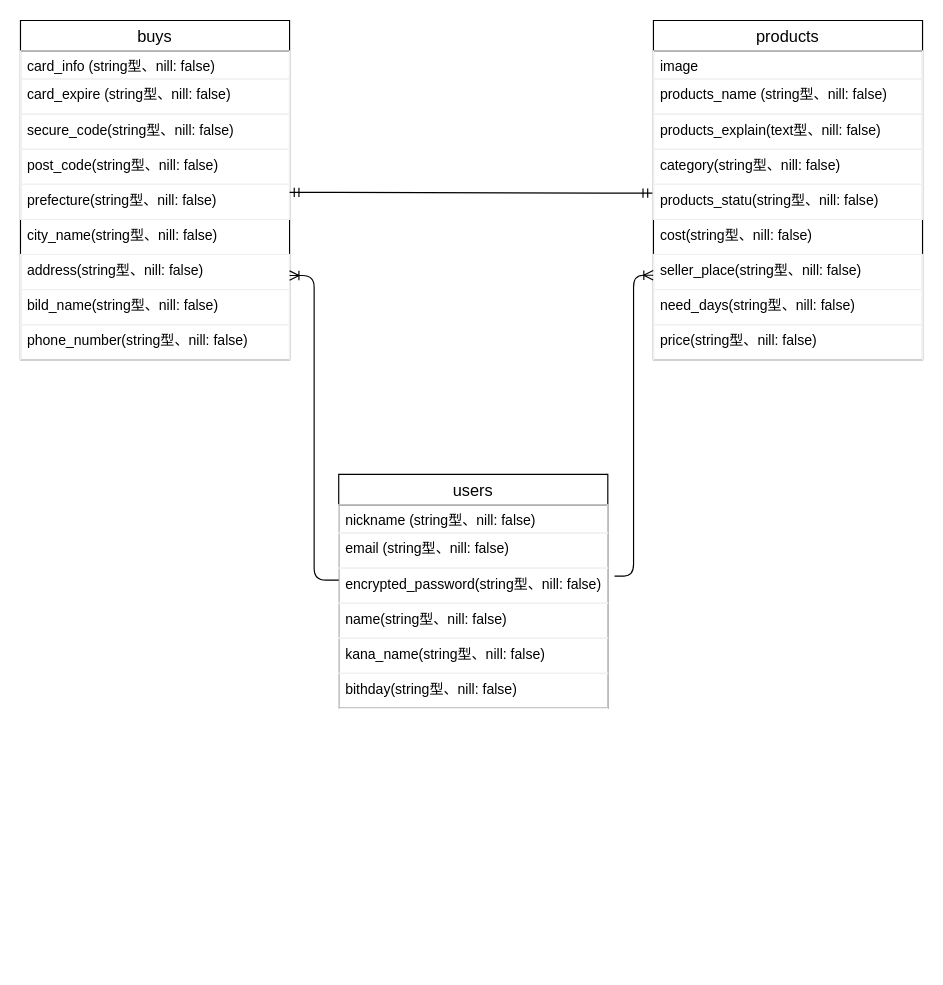
Above: test.dio in shb1204st/furima-36208 (draw.io), before the change. Source tidied: cells renumbered, new cells numbered last; positions are measured from the earlier drawing's top-left corner, leaving out a move shared by most shapes. Both pictures are drawn from the tidied source at 117%, with x=0, y=0 at pixel (20, 20).
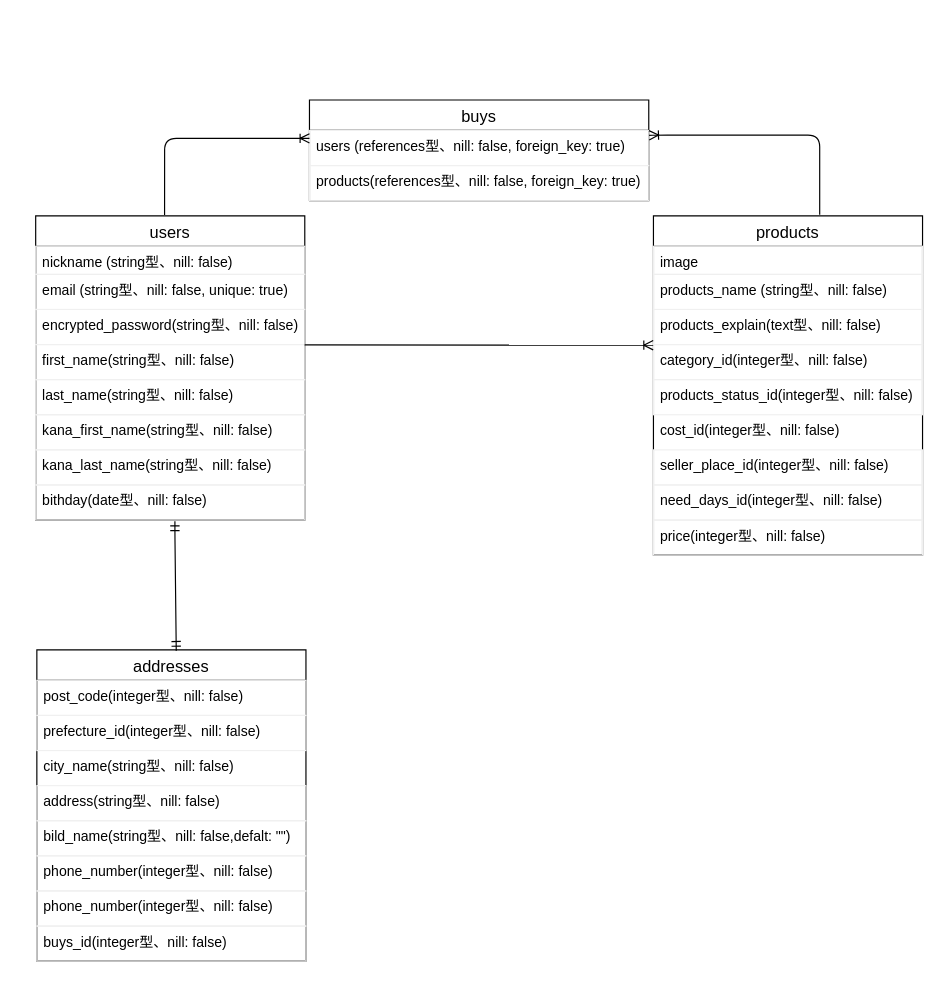
Above is the later version.

Unchanged cells that the change refers to:
```xml
<mxCell id="5" value="encrypted_password(string型、nill: false)" style="text;fillColor=none;spacingLeft=4;spacingRight=4;overflow=hidden;points=[[0,0.5],[1,0.5]];portConstraint=eastwest;fontSize=12;strokeColor=#f0f0f0;" parent="2" vertex="1">
  <mxGeometry y="80" width="230" height="30" as="geometry" />
</mxCell>
```

Change to the diagram source:
```diff
@@
     <mxCell id="2" value="users" style="swimlane;fontStyle=0;horizontal=1;startSize=26;align=center;fontSize=14;" parent="1" vertex="1">
-      <mxGeometry x="272" y="388" width="230" height="200" as="geometry" />
+      <mxGeometry x="13" y="167" width="230" height="260" as="geometry" />
     </mxCell>
@@
-    <mxCell id="4" value="email (string型、nill: false)" style="text;fillColor=none;spacingLeft=4;spacingRight=4;overflow=hidden;fontSize=12;strokeColor=#f0f0f0;" parent="2" vertex="1">
+    <mxCell id="4" value="email (string型、nill: false, unique: true)" style="text;fillColor=none;spacingLeft=4;spacingRight=4;overflow=hidden;fontSize=12;strokeColor=#f0f0f0;" parent="2" vertex="1">
       <mxGeometry y="50" width="230" height="30" as="geometry" />
     </mxCell>
@@
-    <mxCell id="6" value="name(string型、nill: false)" style="text;fillColor=none;spacingLeft=4;spacingRight=4;overflow=hidden;points=[[0,0.5],[1,0.5]];portConstraint=eastwest;fontSize=12;strokeColor=#f0f0f0;" parent="2" vertex="1">
+    <mxCell id="6" value="first_name(string型、nill: false)" style="text;fillColor=none;spacingLeft=4;spacingRight=4;overflow=hidden;points=[[0,0.5],[1,0.5]];portConstraint=eastwest;fontSize=12;strokeColor=#f0f0f0;" parent="2" vertex="1">
       <mxGeometry y="110" width="230" height="30" as="geometry" />
     </mxCell>
+    <mxCell id="33" value="last_name(string型、nill: false)" style="text;fillColor=none;spacingLeft=4;spacingRight=4;overflow=hidden;fontSize=12;strokeColor=#f0f0f0;" parent="2" vertex="1">
+      <mxGeometry y="140" width="230" height="30" as="geometry" />
+    </mxCell>
+    <mxCell id="34" value="kana_first_name(string型、nill: false)" style="text;fillColor=none;spacingLeft=4;spacingRight=4;overflow=hidden;fontSize=12;strokeColor=#f0f0f0;" parent="2" vertex="1">
+      <mxGeometry y="170" width="230" height="30" as="geometry" />
+    </mxCell>
-    <mxCell id="7" value="kana_name(string型、nill: false)" style="text;fillColor=none;spacingLeft=4;spacingRight=4;overflow=hidden;fontSize=12;strokeColor=#f0f0f0;" parent="2" vertex="1">
-      <mxGeometry y="140" width="230" height="30" as="geometry" />
+    <mxCell id="7" value="kana_last_name(string型、nill: false)" style="text;fillColor=none;spacingLeft=4;spacingRight=4;overflow=hidden;fontSize=12;strokeColor=#f0f0f0;" parent="2" vertex="1">
+      <mxGeometry y="200" width="230" height="30" as="geometry" />
     </mxCell>
-    <mxCell id="8" value="bithday(string型、nill: false)" style="text;fillColor=none;spacingLeft=4;spacingRight=4;overflow=hidden;fontSize=12;strokeColor=#f0f0f0;" parent="2" vertex="1">
-      <mxGeometry y="170" width="230" height="30" as="geometry" />
+    <mxCell id="8" value="bithday(date型、nill: false)" style="text;fillColor=none;spacingLeft=4;spacingRight=4;overflow=hidden;fontSize=12;strokeColor=#f0f0f0;" parent="2" vertex="1">
+      <mxGeometry y="230" width="230" height="30" as="geometry" />
     </mxCell>
     <mxCell id="9" value="buys" style="swimlane;fontStyle=0;horizontal=1;startSize=26;align=center;fontSize=14;" parent="1" vertex="1">
-      <mxGeometry width="230" height="290" as="geometry" />
+      <mxGeometry x="247" y="68" width="290" height="86" as="geometry" />
     </mxCell>
-    <mxCell id="10" value="card_info (string型、nill: false)" style="text;spacingLeft=4;spacingRight=4;overflow=hidden;fontSize=12;strokeColor=#f0f0f0;html=1;" parent="9" vertex="1">
-      <mxGeometry y="26" width="230" height="24" as="geometry" />
-    </mxCell>
-    <mxCell id="11" value="card_expire (string型、nill: false)" style="text;fillColor=none;spacingLeft=4;spacingRight=4;overflow=hidden;fontSize=12;strokeColor=#f0f0f0;" parent="9" vertex="1">
-      <mxGeometry y="50" width="230" height="30" as="geometry" />
-    </mxCell>
-    <mxCell id="12" value="secure_code(string型、nill: false)" style="text;fillColor=none;spacingLeft=4;spacingRight=4;overflow=hidden;fontSize=12;strokeColor=#f0f0f0;" parent="9" vertex="1">
-      <mxGeometry y="80" width="230" height="30" as="geometry" />
-    </mxCell>
-    <mxCell id="13" value="post_code(string型、nill: false)" style="text;fillColor=none;spacingLeft=4;spacingRight=4;overflow=hidden;fontSize=12;strokeColor=#f0f0f0;" parent="9" vertex="1">
-      <mxGeometry y="110" width="230" height="30" as="geometry" />
-    </mxCell>
-    <mxCell id="14" value="prefecture(string型、nill: false)" style="text;fillColor=none;spacingLeft=4;spacingRight=4;overflow=hidden;points=[[0,0.5],[1,0.5]];portConstraint=eastwest;fontSize=12;strokeColor=#f0f0f0;" parent="9" vertex="1">
-      <mxGeometry y="140" width="230" height="30" as="geometry" />
-    </mxCell>
-    <mxCell id="15" value="city_name(string型、nill: false)" style="text;strokeColor=none;fillColor=none;spacingLeft=4;spacingRight=4;overflow=hidden;fontSize=12;" parent="9" vertex="1">
-      <mxGeometry y="170" width="230" height="30" as="geometry" />
-    </mxCell>
-    <mxCell id="16" value="address(string型、nill: false)" style="text;fillColor=none;spacingLeft=4;spacingRight=4;overflow=hidden;points=[[0,0.5],[1,0.5]];portConstraint=eastwest;fontSize=12;strokeColor=#f0f0f0;" parent="9" vertex="1">
-      <mxGeometry y="200" width="230" height="30" as="geometry" />
-    </mxCell>
-    <mxCell id="17" value="bild_name(string型、nill: false)" style="text;fillColor=none;spacingLeft=4;spacingRight=4;overflow=hidden;points=[[0,0.5],[1,0.5]];portConstraint=eastwest;fontSize=12;strokeColor=#f0f0f0;" parent="9" vertex="1">
-      <mxGeometry y="230" width="230" height="30" as="geometry" />
+    <mxCell id="17" value="users (references型、nill: false, foreign_key: true)" style="text;fillColor=none;spacingLeft=4;spacingRight=4;overflow=hidden;points=[[0,0.5],[1,0.5]];portConstraint=eastwest;fontSize=12;strokeColor=#f0f0f0;" parent="9" vertex="1">
+      <mxGeometry y="26" width="290" height="30" as="geometry" />
     </mxCell>
-    <mxCell id="18" value="phone_number(string型、nill: false)" style="text;fillColor=none;spacingLeft=4;spacingRight=4;overflow=hidden;fontSize=12;strokeColor=#f0f0f0;" parent="9" vertex="1">
-      <mxGeometry y="260" width="230" height="30" as="geometry" />
+    <mxCell id="18" value="products(references型、nill: false, foreign_key: true)" style="text;fillColor=none;spacingLeft=4;spacingRight=4;overflow=hidden;fontSize=12;strokeColor=#f0f0f0;" parent="9" vertex="1">
+      <mxGeometry y="56" width="290" height="30" as="geometry" />
     </mxCell>
-    <mxCell id="19" style="edgeStyle=elbowEdgeStyle;rounded=0;orthogonalLoop=1;jettySize=auto;html=1;entryX=1.002;entryY=0.497;entryDx=0;entryDy=0;entryPerimeter=0;" parent="9" edge="1" source="16" target="16">
-      <mxGeometry relative="1" as="geometry" />
+    <mxCell id="19" style="edgeStyle=elbowEdgeStyle;rounded=0;orthogonalLoop=1;jettySize=auto;html=1;entryX=1.002;entryY=0.497;entryDx=0;entryDy=0;entryPerimeter=0;" parent="9" edge="1">
+      <mxGeometry relative="1" as="geometry">
+        <mxPoint x="230" y="40.9" as="sourcePoint" />
+        <mxPoint x="230.5" y="40.9" as="targetPoint" />
+      </mxGeometry>
     </mxCell>
+    <mxCell id="35" style="edgeStyle=orthogonalEdgeStyle;rounded=0;orthogonalLoop=1;jettySize=auto;html=1;exitX=1;exitY=0.5;exitDx=0;exitDy=0;" parent="9" edge="1" source="17" target="17">
+      <mxGeometry relative="1" as="geometry" />
+    </mxCell>
     <mxCell id="20" value="products" style="swimlane;fontStyle=0;horizontal=1;startSize=26;align=center;fontSize=14;" parent="1" vertex="1">
-      <mxGeometry x="541" width="230" height="290" as="geometry" />
+      <mxGeometry x="541" y="167" width="230" height="290" as="geometry" />
     </mxCell>
@@
-    <mxCell id="24" value="category(string型、nill: false)" style="text;fillColor=none;spacingLeft=4;spacingRight=4;overflow=hidden;points=[[0,0.5],[1,0.5]];portConstraint=eastwest;fontSize=12;strokeColor=#f0f0f0;" parent="20" vertex="1">
+    <mxCell id="24" value="category_id(integer型、nill: false)" style="text;fillColor=none;spacingLeft=4;spacingRight=4;overflow=hidden;points=[[0,0.5],[1,0.5]];portConstraint=eastwest;fontSize=12;strokeColor=#f0f0f0;" parent="20" vertex="1">
       <mxGeometry y="110" width="230" height="30" as="geometry" />
     </mxCell>
-    <mxCell id="25" value="products_statu(string型、nill: false)" style="text;fillColor=none;spacingLeft=4;spacingRight=4;overflow=hidden;points=[[0,0.5],[1,0.5]];portConstraint=eastwest;fontSize=12;strokeColor=#f0f0f0;" parent="20" vertex="1">
+    <mxCell id="25" value="products_status_id(integer型、nill: false)" style="text;fillColor=none;spacingLeft=4;spacingRight=4;overflow=hidden;points=[[0,0.5],[1,0.5]];portConstraint=eastwest;fontSize=12;strokeColor=#f0f0f0;" parent="20" vertex="1">
       <mxGeometry y="140" width="230" height="30" as="geometry" />
     </mxCell>
-    <mxCell id="26" value="cost(string型、nill: false)" style="text;strokeColor=none;fillColor=none;spacingLeft=4;spacingRight=4;overflow=hidden;fontSize=12;" parent="20" vertex="1">
+    <mxCell id="26" value="cost_id(integer型、nill: false)" style="text;strokeColor=none;fillColor=none;spacingLeft=4;spacingRight=4;overflow=hidden;fontSize=12;" parent="20" vertex="1">
       <mxGeometry y="170" width="230" height="30" as="geometry" />
     </mxCell>
-    <mxCell id="27" value="seller_place(string型、nill: false)" style="text;fillColor=none;spacingLeft=4;spacingRight=4;overflow=hidden;points=[[0,0.5],[1,0.5]];portConstraint=eastwest;fontSize=12;strokeColor=#f0f0f0;" parent="20" vertex="1">
+    <mxCell id="27" value="seller_place_id(integer型、nill: false)" style="text;fillColor=none;spacingLeft=4;spacingRight=4;overflow=hidden;points=[[0,0.5],[1,0.5]];portConstraint=eastwest;fontSize=12;strokeColor=#f0f0f0;" parent="20" vertex="1">
       <mxGeometry y="200" width="230" height="30" as="geometry" />
     </mxCell>
-    <mxCell id="28" value="need_days(string型、nill: false)" style="text;fillColor=none;spacingLeft=4;spacingRight=4;overflow=hidden;fontSize=12;strokeColor=#f0f0f0;" parent="20" vertex="1">
+    <mxCell id="28" value="need_days_id(integer型、nill: false)" style="text;fillColor=none;spacingLeft=4;spacingRight=4;overflow=hidden;fontSize=12;strokeColor=#f0f0f0;" parent="20" vertex="1">
       <mxGeometry y="230" width="230" height="30" as="geometry" />
     </mxCell>
-    <mxCell id="29" value="price(string型、nill: false)" style="text;fillColor=none;spacingLeft=4;spacingRight=4;overflow=hidden;fontSize=12;strokeColor=#f0f0f0;" parent="20" vertex="1">
+    <mxCell id="29" value="price(integer型、nill: false)" style="text;fillColor=none;spacingLeft=4;spacingRight=4;overflow=hidden;fontSize=12;strokeColor=#f0f0f0;" parent="20" vertex="1">
       <mxGeometry y="260" width="230" height="30" as="geometry" />
     </mxCell>
-    <mxCell id="30" style="edgeStyle=entityRelationEdgeStyle;fontSize=12;html=1;endArrow=ERmandOne;startArrow=ERmandOne;entryX=-0.004;entryY=0.252;entryDx=0;entryDy=0;entryPerimeter=0;exitX=1;exitY=0.232;exitDx=0;exitDy=0;exitPerimeter=0;" parent="1" edge="1" source="14" target="25">
-      <mxGeometry relative="1" as="geometry" />
-    </mxCell>
-    <mxCell id="31" style="edgeStyle=elbowEdgeStyle;fontSize=12;html=1;endArrow=ERoneToMany;exitX=0;exitY=0.346;exitDx=0;exitDy=0;exitPerimeter=0;entryX=1;entryY=0.6;entryDx=0;entryDy=0;entryPerimeter=0;" parent="1" edge="1" source="5" target="16">
-      <mxGeometry relative="1" as="geometry" />
-    </mxCell>
-    <mxCell id="32" style="edgeStyle=elbowEdgeStyle;fontSize=12;html=1;endArrow=ERoneToMany;exitX=1.025;exitY=0.229;exitDx=0;exitDy=0;exitPerimeter=0;entryX=-0.001;entryY=0.591;entryDx=0;entryDy=0;entryPerimeter=0;" parent="1" edge="1" source="5" target="27">
-      <mxGeometry relative="1" as="geometry" />
-    </mxCell>
+    <mxCell id="36" value="addresses" style="swimlane;fontStyle=0;horizontal=1;startSize=26;align=center;fontSize=14;" parent="1" vertex="1">
+      <mxGeometry x="14" y="538" width="230" height="266" as="geometry" />
+    </mxCell>
+    <mxCell id="37" value="post_code(integer型、nill: false)" style="text;fillColor=none;spacingLeft=4;spacingRight=4;overflow=hidden;fontSize=12;strokeColor=#f0f0f0;" parent="36" vertex="1">
+      <mxGeometry y="26" width="230" height="30" as="geometry" />
+    </mxCell>
+    <mxCell id="38" value="prefecture_id(integer型、nill: false)" style="text;fillColor=none;spacingLeft=4;spacingRight=4;overflow=hidden;fontSize=12;strokeColor=#f0f0f0;" parent="36" vertex="1">
+      <mxGeometry y="56" width="230" height="30" as="geometry" />
+    </mxCell>
+    <mxCell id="15" value="city_name(string型、nill: false)" style="text;strokeColor=none;fillColor=none;spacingLeft=4;spacingRight=4;overflow=hidden;fontSize=12;" parent="36" vertex="1">
+      <mxGeometry y="86" width="230" height="30" as="geometry" />
+    </mxCell>
+    <mxCell id="16" value="address(string型、nill: false)" style="text;fillColor=none;spacingLeft=4;spacingRight=4;overflow=hidden;points=[[0,0.5],[1,0.5]];portConstraint=eastwest;fontSize=12;strokeColor=#f0f0f0;" parent="36" vertex="1">
+      <mxGeometry y="116" width="230" height="30" as="geometry" />
+    </mxCell>
+    <mxCell id="39" value="bild_name(string型、nill: false,defalt: &quot;&quot;)" style="text;fillColor=none;spacingLeft=4;spacingRight=4;overflow=hidden;fontSize=12;strokeColor=#f0f0f0;" parent="36" vertex="1">
+      <mxGeometry y="146" width="230" height="30" as="geometry" />
+    </mxCell>
+    <mxCell id="40" value="phone_number(integer型、nill: false)" style="text;fillColor=none;spacingLeft=4;spacingRight=4;overflow=hidden;fontSize=12;strokeColor=#f0f0f0;" parent="36" vertex="1">
+      <mxGeometry y="176" width="230" height="30" as="geometry" />
+    </mxCell>
+    <mxCell id="41" style="edgeStyle=elbowEdgeStyle;rounded=0;orthogonalLoop=1;jettySize=auto;html=1;entryX=1.002;entryY=0.497;entryDx=0;entryDy=0;entryPerimeter=0;" parent="36" edge="1" source="16" target="16">
+      <mxGeometry relative="1" as="geometry" />
+    </mxCell>
+    <mxCell id="42" value="phone_number(integer型、nill: false)" style="text;fillColor=none;spacingLeft=4;spacingRight=4;overflow=hidden;fontSize=12;strokeColor=#f0f0f0;" parent="36" vertex="1">
+      <mxGeometry y="206" width="230" height="30" as="geometry" />
+    </mxCell>
+    <mxCell id="43" value="buys_id(integer型、nill: false)" style="text;fillColor=none;spacingLeft=4;spacingRight=4;overflow=hidden;fontSize=12;strokeColor=#f0f0f0;" parent="36" vertex="1">
+      <mxGeometry y="236" width="230" height="30" as="geometry" />
+    </mxCell>
+    <mxCell id="44" style="fontSize=12;html=1;endArrow=ERoneToMany;edgeStyle=orthogonalEdgeStyle;exitX=0.479;exitY=-0.003;exitDx=0;exitDy=0;exitPerimeter=0;entryX=0;entryY=0.225;entryDx=0;entryDy=0;entryPerimeter=0;" parent="1" edge="1" source="2" target="17">
+      <mxGeometry relative="1" as="geometry">
+        <Array as="points">
+          <mxPoint x="123" y="101" />
+        </Array>
+      </mxGeometry>
+    </mxCell>
+    <mxCell id="45" style="fontSize=12;html=1;endArrow=ERoneToMany;exitX=0.999;exitY=0.008;exitDx=0;exitDy=0;exitPerimeter=0;entryX=-0.001;entryY=0.018;entryDx=0;entryDy=0;entryPerimeter=0;" parent="1" edge="1" source="6" target="24">
+      <mxGeometry relative="1" as="geometry" />
+    </mxCell>
+    <mxCell id="46" style="fontSize=12;html=1;endArrow=ERmandOne;startArrow=ERmandOne;exitX=0.518;exitY=0.003;exitDx=0;exitDy=0;exitPerimeter=0;" parent="1" edge="1" source="36">
+      <mxGeometry relative="1" as="geometry">
+        <mxPoint x="132" y="428" as="targetPoint" />
+        <Array as="points">
+          <mxPoint x="132" y="438" />
+        </Array>
+      </mxGeometry>
+    </mxCell>
+    <mxCell id="47" style="fontSize=12;html=1;endArrow=ERoneToMany;edgeStyle=orthogonalEdgeStyle;exitX=0.618;exitY=0;exitDx=0;exitDy=0;exitPerimeter=0;entryX=1.001;entryY=0.139;entryDx=0;entryDy=0;entryPerimeter=0;" parent="1" edge="1" target="17">
+      <mxGeometry relative="1" as="geometry">
+        <mxPoint x="683.1" y="166" as="sourcePoint" />
+        <Array as="points">
+          <mxPoint x="683" y="98" />
+          <mxPoint x="543" y="98" />
+        </Array>
+      </mxGeometry>
+    </mxCell>
```
